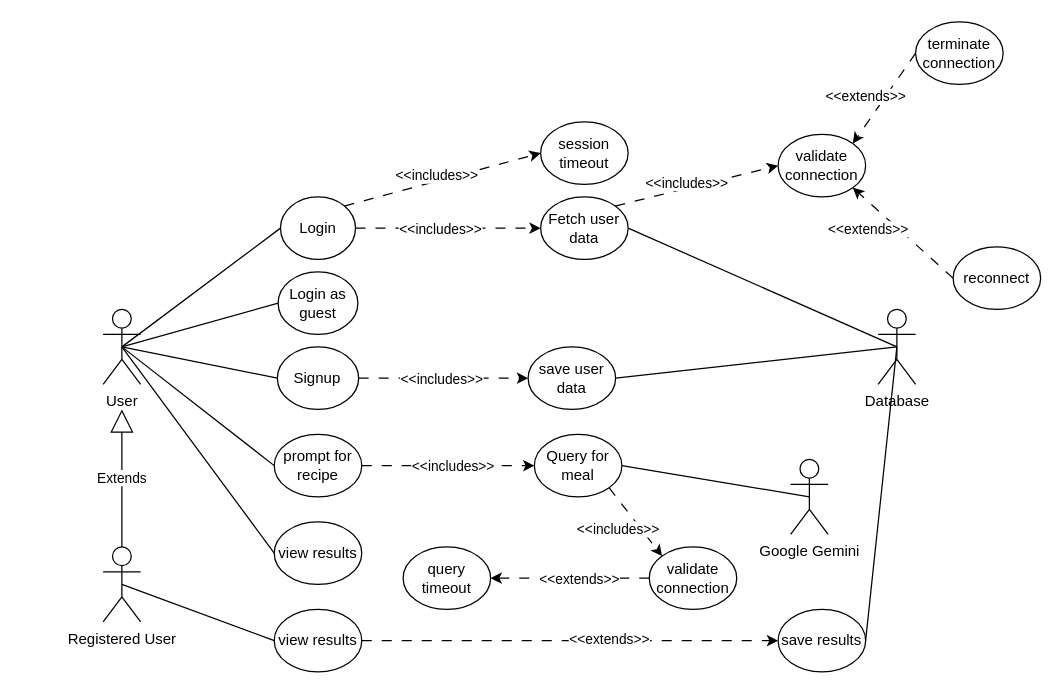
Above: diagrams/project_usecase_diagram.drawio in Mark-Guerta/SENG401_project_group14_L01 (draw.io), before the change. Source tidied: cells renumbered, new cells numbered last; positions are measured from the earlier drawing's top-left corner, leaving out a move shared by most shapes. Both pictures are drawn from the tidied source at 125%, with x=0, y=0 at pixel (102, 21).
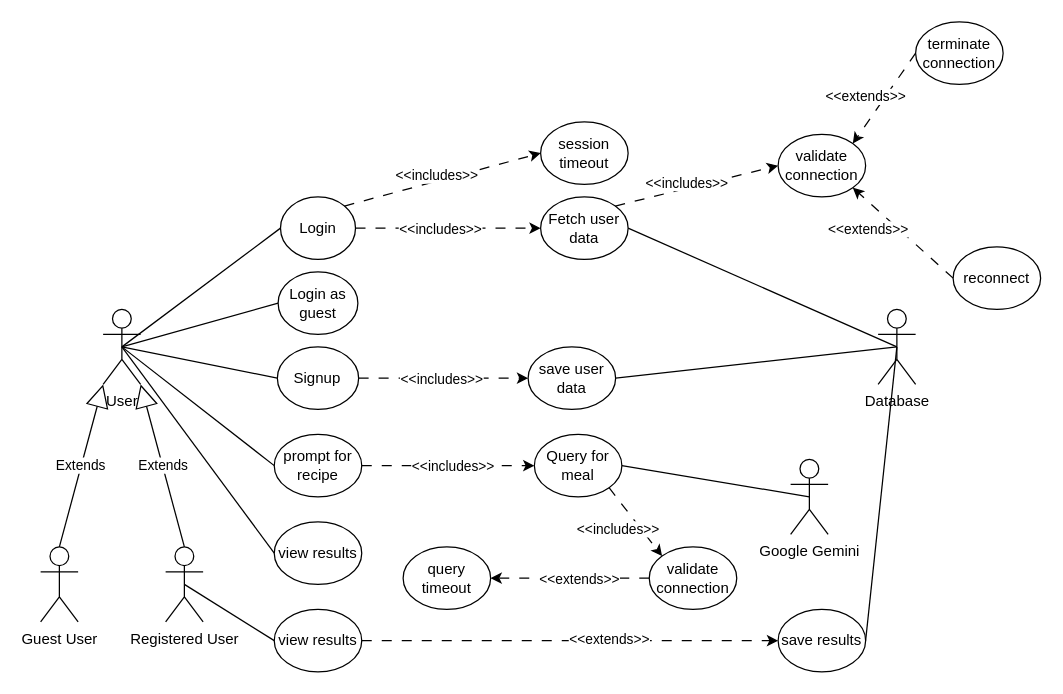
The same page after the edit.

Commit message:
updated user in use case diagram

The change refers to these unchanged cells:
```xml
<mxCell id="2" value="User" style="shape=umlActor;verticalLabelPosition=bottom;verticalAlign=top;html=1;outlineConnect=0;" parent="1" vertex="1">
  <mxGeometry y="230" width="30" height="60" as="geometry" />
</mxCell>
```

The edit, as a diff of the source:
```diff
@@
     <mxCell id="3" value="Registered User" style="shape=umlActor;verticalLabelPosition=bottom;verticalAlign=top;html=1;outlineConnect=0;" parent="1" vertex="1">
-      <mxGeometry y="420" width="30" height="60" as="geometry" />
+      <mxGeometry x="50" y="420" width="30" height="60" as="geometry" />
     </mxCell>
@@
-    <mxCell id="9" value="Extends" style="endArrow=block;endSize=16;endFill=0;html=1;exitX=0.5;exitY=0;exitDx=0;exitDy=0;exitPerimeter=0;" parent="1" edge="1" source="3">
-      <mxGeometry relative="1" as="geometry">
-        <mxPoint x="15" y="310" as="targetPoint" />
-      </mxGeometry>
+    <mxCell id="9" value="Extends" style="endArrow=block;endSize=16;endFill=0;html=1;exitX=0.5;exitY=0;exitDx=0;exitDy=0;exitPerimeter=0;entryX=1;entryY=1;entryDx=0;entryDy=0;entryPerimeter=0;" parent="1" edge="1" source="3" target="2">
+      <mxGeometry relative="1" as="geometry" />
     </mxCell>
@@
+    <mxCell id="53" value="Guest User" style="shape=umlActor;verticalLabelPosition=bottom;verticalAlign=top;html=1;outlineConnect=0;" parent="1" vertex="1">
+      <mxGeometry x="-50" y="420" width="30" height="60" as="geometry" />
+    </mxCell>
+    <mxCell id="54" value="Extends" style="endArrow=block;endSize=16;endFill=0;html=1;exitX=0.5;exitY=0;exitDx=0;exitDy=0;exitPerimeter=0;entryX=0;entryY=1;entryDx=0;entryDy=0;entryPerimeter=0;" parent="1" edge="1" source="53" target="2">
+      <mxGeometry relative="1" as="geometry" />
+    </mxCell>
```
